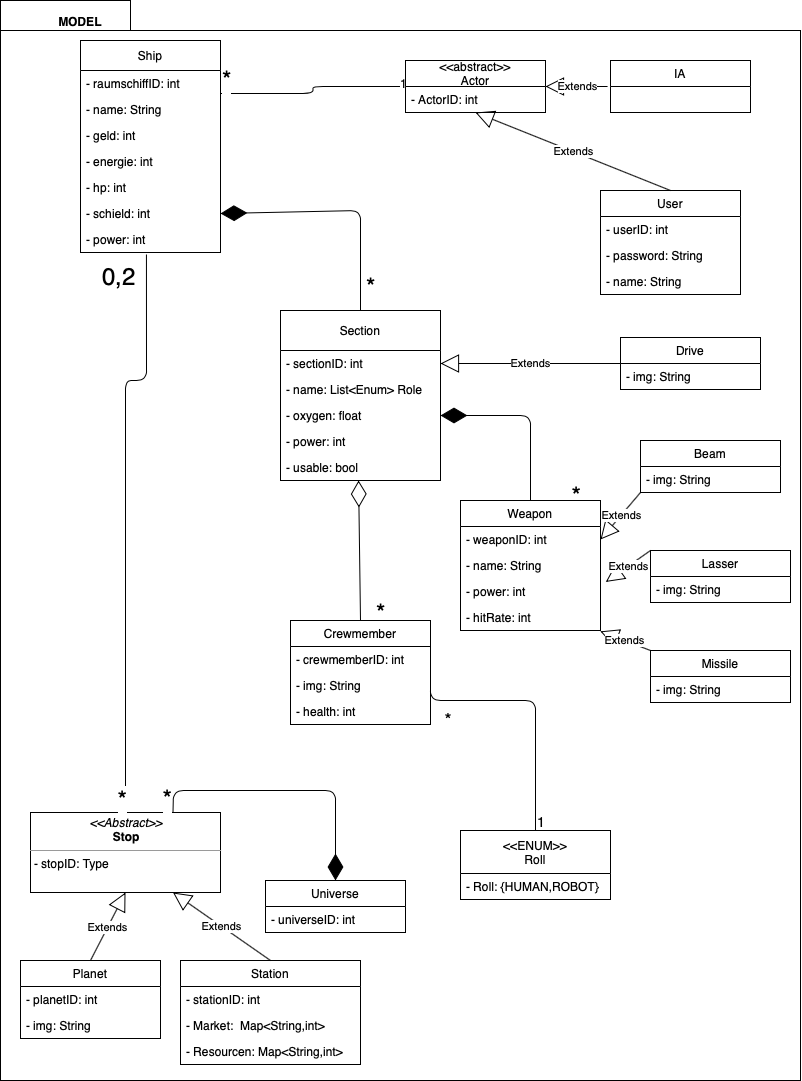
ksreyr/SpaceStudio keeps this draw.io diagram as docs/Modulsicht_Quellcode/Model.png. Above is the earlier version. Source tidied: cells renumbered, new cells last; positions are measured from the earlier drawing's top-left corner, leaving out a move shared by most shapes.
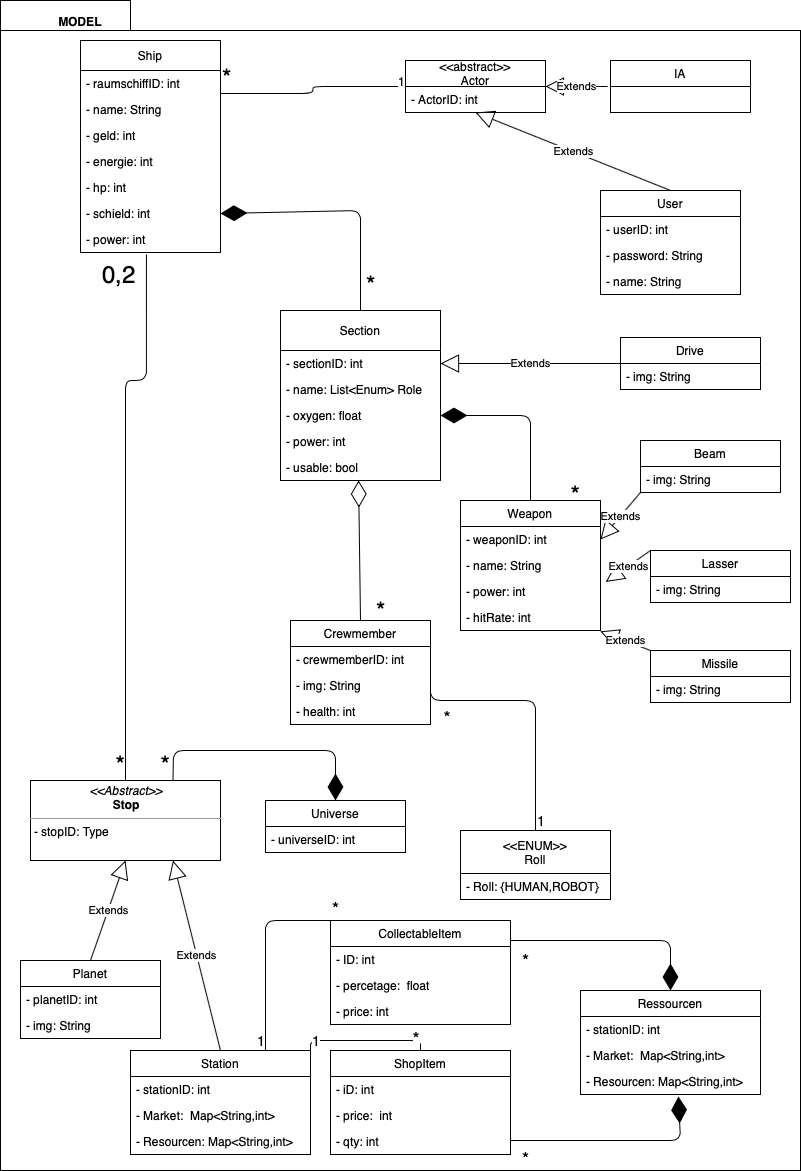
Above is the later version.

What changed in the source:
```diff
@@ -3,7 +3,7 @@
     <mxCell id="0" />
     <mxCell id="1" parent="0" />
     <mxCell id="2" style="shape=folder;fontStyle=1;spacingTop=10;tabWidth=130;tabHeight=30;tabPosition=left;html=1;" parent="1" vertex="1">
-      <mxGeometry width="800" height="1080" as="geometry" />
+      <mxGeometry width="800" height="1170" as="geometry" />
     </mxCell>
     <mxCell id="3" value="Extends" style="endArrow=block;endSize=16;endFill=0;html=1;entryX=0.5;entryY=1;entryDx=0;entryDy=0;exitX=0.5;exitY=0;exitDx=0;exitDy=0;" parent="1" edge="1" source="19" target="16">
       <mxGeometry relative="1" as="geometry" />
@@ -70,7 +70,7 @@
       <mxGeometry y="78" width="140" height="26" as="geometry" />
     </mxCell>
     <mxCell id="23" value="&lt;p style=&quot;margin: 0px ; margin-top: 4px ; text-align: center&quot;&gt;&lt;i&gt;&amp;lt;&amp;lt;Abstract&amp;gt;&amp;gt;&lt;/i&gt;&lt;br&gt;&lt;b&gt;Stop&lt;/b&gt;&lt;/p&gt;&lt;hr size=&quot;1&quot;&gt;&lt;p style=&quot;margin: 0px ; margin-left: 4px&quot;&gt;- stopID: Type&lt;br&gt;&lt;/p&gt;&lt;p style=&quot;margin: 0px ; margin-left: 4px&quot;&gt;&lt;br&gt;&lt;/p&gt;" style="verticalAlign=top;align=left;overflow=fill;fontSize=12;fontFamily=Helvetica;html=1;" parent="1" vertex="1">
-      <mxGeometry x="30" y="812" width="190" height="80" as="geometry" />
+      <mxGeometry x="30" y="780" width="190" height="80" as="geometry" />
     </mxCell>
     <mxCell id="24" value="Extends" style="endArrow=block;endSize=16;endFill=0;html=1;exitX=0.5;exitY=0;exitDx=0;exitDy=0;entryX=0.5;entryY=1;entryDx=0;entryDy=0;" parent="1" edge="1" source="31" target="23">
       <mxGeometry relative="1" as="geometry" />
@@ -145,26 +145,15 @@
     <mxCell id="41" style="endArrow=diamondThin;endFill=1;endSize=24;html=1;exitX=0.75;exitY=0;exitDx=0;exitDy=0;entryX=0.5;entryY=0;entryDx=0;entryDy=0;" parent="1" edge="1" source="23" target="51">
       <mxGeometry relative="1" as="geometry">
         <Array as="points">
-          <mxPoint x="173" y="790" />
-          <mxPoint x="335" y="790" />
+          <mxPoint x="173" y="750" />
+          <mxPoint x="250" y="750" />
+          <mxPoint x="335" y="750" />
         </Array>
       </mxGeometry>
     </mxCell>
-    <mxCell id="42" value="&lt;font style=&quot;font-size: 24px&quot;&gt;*&lt;/font&gt;" style="html=1;align=right;verticalAlign=bottom;labelBackgroundColor=#ffffff;fontSize=10;" parent="1" vertex="1">
-      <mxGeometry x="170" y="812" as="geometry" />
+    <mxCell id="42" value="&lt;font style=&quot;font-size: 24px&quot;&gt;*&lt;/font&gt;" style="html=1;align=right;verticalAlign=bottom;labelBackgroundColor=#ffffff;fontSize=10;direction=south;" parent="1" vertex="1">
+      <mxGeometry x="170" y="780" as="geometry" />
     </mxCell>
-    <mxCell id="43" value="Station" style="swimlane;fontStyle=0;horizontal=1;startSize=26;fillColor=none;" parent="1" vertex="1">
-      <mxGeometry x="180" y="960" width="180" height="104" as="geometry" />
-    </mxCell>
-    <mxCell id="44" value="- stationID: int" style="text;strokeColor=none;fillColor=none;align=left;verticalAlign=top;spacingLeft=4;spacingRight=4;overflow=hidden;" parent="43" vertex="1">
-      <mxGeometry y="26" width="180" height="26" as="geometry" />
-    </mxCell>
-    <mxCell id="45" value="- Market:  Map&lt;String,int&gt;" style="text;strokeColor=none;fillColor=none;align=left;verticalAlign=top;spacingLeft=4;spacingRight=4;overflow=hidden;" parent="43" vertex="1">
-      <mxGeometry y="52" width="180" height="26" as="geometry" />
-    </mxCell>
-    <mxCell id="46" value="- Resourcen: Map&lt;String,int&gt; " style="text;strokeColor=none;fillColor=none;align=left;verticalAlign=top;spacingLeft=4;spacingRight=4;overflow=hidden;" parent="43" vertex="1">
-      <mxGeometry y="78" width="180" height="26" as="geometry" />
-    </mxCell>
     <mxCell id="47" style="endArrow=none;html=1;edgeStyle=orthogonalEdgeStyle;entryX=1;entryY=0;entryDx=0;entryDy=0;exitX=0.5;exitY=0;exitDx=0;exitDy=0;" parent="1" edge="1" source="64" target="60">
       <mxGeometry relative="1" as="geometry">
         <Array as="points">
@@ -184,12 +173,6 @@
     <mxCell id="50" value="&lt;b&gt;MODEL&lt;/b&gt;" style="text;html=1;strokeColor=none;fillColor=none;align=center;verticalAlign=middle;whiteSpace=wrap;rounded=0;" parent="1" vertex="1">
       <mxGeometry x="60" y="11" width="40" height="20" as="geometry" />
     </mxCell>
-    <mxCell id="51" value="Universe" style="swimlane;fontStyle=0;horizontal=1;startSize=26;fillColor=none;" parent="1" vertex="1">
-      <mxGeometry x="265" y="880" width="140" height="52" as="geometry" />
-    </mxCell>
-    <mxCell id="52" value="- universeID: int" style="text;strokeColor=none;fillColor=none;align=left;verticalAlign=top;spacingLeft=4;spacingRight=4;overflow=hidden;" parent="51" vertex="1">
-      <mxGeometry y="26" width="140" height="26" as="geometry" />
-    </mxCell>
     <mxCell id="53" style="endArrow=diamondThin;endFill=0;endSize=24;html=1;exitX=0.5;exitY=0;exitDx=0;exitDy=0;entryX=0.488;entryY=1;entryDx=0;entryDy=0;entryPerimeter=0;" parent="1" edge="1" source="60" target="59">
       <mxGeometry relative="1" as="geometry" />
     </mxCell>
@@ -268,5 +251,101 @@
     <mxCell id="78" value="- img: String" style="text;strokeColor=none;fillColor=none;align=left;verticalAlign=top;spacingLeft=4;spacingRight=4;overflow=hidden;" parent="77" vertex="1">
       <mxGeometry y="26" width="140" height="26" as="geometry" />
     </mxCell>
+    <mxCell id="51" value="Universe" style="swimlane;fontStyle=0;horizontal=1;startSize=26;fillColor=none;" parent="1" vertex="1">
+      <mxGeometry x="265" y="800" width="140" height="52" as="geometry" />
+    </mxCell>
+    <mxCell id="52" value="- universeID: int" style="text;strokeColor=none;fillColor=none;align=left;verticalAlign=top;spacingLeft=4;spacingRight=4;overflow=hidden;" parent="51" vertex="1">
+      <mxGeometry y="26" width="140" height="26" as="geometry" />
+    </mxCell>
+    <mxCell id="43" value="Station" style="swimlane;fontStyle=0;horizontal=1;startSize=26;fillColor=none;" parent="1" vertex="1">
+      <mxGeometry x="130" y="1050" width="180" height="104" as="geometry" />
+    </mxCell>
+    <mxCell id="44" value="- stationID: int" style="text;strokeColor=none;fillColor=none;align=left;verticalAlign=top;spacingLeft=4;spacingRight=4;overflow=hidden;" parent="43" vertex="1">
+      <mxGeometry y="26" width="180" height="26" as="geometry" />
+    </mxCell>
+    <mxCell id="45" value="- Market:  Map&lt;String,int&gt;" style="text;strokeColor=none;fillColor=none;align=left;verticalAlign=top;spacingLeft=4;spacingRight=4;overflow=hidden;" parent="43" vertex="1">
+      <mxGeometry y="52" width="180" height="26" as="geometry" />
+    </mxCell>
+    <mxCell id="46" value="- Resourcen: Map&lt;String,int&gt; " style="text;strokeColor=none;fillColor=none;align=left;verticalAlign=top;spacingLeft=4;spacingRight=4;overflow=hidden;" parent="43" vertex="1">
+      <mxGeometry y="78" width="180" height="26" as="geometry" />
+    </mxCell>
+    <mxCell id="79" value="CollectableItem" style="swimlane;fontStyle=0;horizontal=1;startSize=26;fillColor=none;" parent="1" vertex="1">
+      <mxGeometry x="330" y="920" width="180" height="104" as="geometry" />
+    </mxCell>
+    <mxCell id="80" value="- ID: int" style="text;strokeColor=none;fillColor=none;align=left;verticalAlign=top;spacingLeft=4;spacingRight=4;overflow=hidden;" parent="79" vertex="1">
+      <mxGeometry y="26" width="180" height="26" as="geometry" />
+    </mxCell>
+    <mxCell id="81" value="- percetage:  float" style="text;strokeColor=none;fillColor=none;align=left;verticalAlign=top;spacingLeft=4;spacingRight=4;overflow=hidden;" parent="79" vertex="1">
+      <mxGeometry y="52" width="180" height="26" as="geometry" />
+    </mxCell>
+    <mxCell id="82" value="- price: int" style="text;strokeColor=none;fillColor=none;align=left;verticalAlign=top;spacingLeft=4;spacingRight=4;overflow=hidden;" parent="79" vertex="1">
+      <mxGeometry y="78" width="180" height="26" as="geometry" />
+    </mxCell>
+    <mxCell id="83" value="ShopItem" style="swimlane;fontStyle=0;horizontal=1;startSize=26;fillColor=none;" parent="1" vertex="1">
+      <mxGeometry x="330" y="1050" width="180" height="104" as="geometry" />
+    </mxCell>
+    <mxCell id="84" value="- iD: int" style="text;strokeColor=none;fillColor=none;align=left;verticalAlign=top;spacingLeft=4;spacingRight=4;overflow=hidden;" parent="83" vertex="1">
+      <mxGeometry y="26" width="180" height="26" as="geometry" />
+    </mxCell>
+    <mxCell id="85" value="- price:  int" style="text;strokeColor=none;fillColor=none;align=left;verticalAlign=top;spacingLeft=4;spacingRight=4;overflow=hidden;" parent="83" vertex="1">
+      <mxGeometry y="52" width="180" height="26" as="geometry" />
+    </mxCell>
+    <mxCell id="86" value="- qty: int " style="text;strokeColor=none;fillColor=none;align=left;verticalAlign=top;spacingLeft=4;spacingRight=4;overflow=hidden;" parent="83" vertex="1">
+      <mxGeometry y="78" width="180" height="26" as="geometry" />
+    </mxCell>
+    <mxCell id="87" value="Ressourcen" style="swimlane;fontStyle=0;horizontal=1;startSize=26;fillColor=none;" parent="1" vertex="1">
+      <mxGeometry x="580" y="990" width="180" height="104" as="geometry" />
+    </mxCell>
+    <mxCell id="88" value="- stationID: int" style="text;strokeColor=none;fillColor=none;align=left;verticalAlign=top;spacingLeft=4;spacingRight=4;overflow=hidden;" parent="87" vertex="1">
+      <mxGeometry y="26" width="180" height="26" as="geometry" />
+    </mxCell>
+    <mxCell id="89" value="- Market:  Map&lt;String,int&gt;" style="text;strokeColor=none;fillColor=none;align=left;verticalAlign=top;spacingLeft=4;spacingRight=4;overflow=hidden;" parent="87" vertex="1">
+      <mxGeometry y="52" width="180" height="26" as="geometry" />
+    </mxCell>
+    <mxCell id="90" value="- Resourcen: Map&lt;String,int&gt; " style="text;strokeColor=none;fillColor=none;align=left;verticalAlign=top;spacingLeft=4;spacingRight=4;overflow=hidden;points=[[0,0.5],[1,0.5]];portConstraint=eastwest;" parent="87" vertex="1">
+      <mxGeometry y="78" width="180" height="26" as="geometry" />
+    </mxCell>
+    <mxCell id="91" style="endArrow=none;html=1;edgeStyle=orthogonalEdgeStyle;entryX=0.75;entryY=0;entryDx=0;entryDy=0;" parent="1" edge="1" target="43">
+      <mxGeometry relative="1" as="geometry">
+        <mxPoint x="330" y="920" as="sourcePoint" />
+      </mxGeometry>
+    </mxCell>
+    <mxCell id="92" value="&lt;font style=&quot;font-size: 18px&quot;&gt;*&lt;/font&gt;" style="html=1;align=left;verticalAlign=bottom;labelBackgroundColor=#ffffff;fontSize=10;" parent="91" vertex="1">
+      <mxGeometry x="-1" relative="1" as="geometry" />
+    </mxCell>
+    <mxCell id="93" value="&lt;font style=&quot;font-size: 14px&quot;&gt;1&lt;/font&gt;" style="html=1;align=right;verticalAlign=bottom;labelBackgroundColor=#ffffff;fontSize=10;" parent="91" vertex="1">
+      <mxGeometry x="1" relative="1" as="geometry" />
+    </mxCell>
+    <mxCell id="94" style="endArrow=none;html=1;edgeStyle=orthogonalEdgeStyle;exitX=1;exitY=0;exitDx=0;exitDy=0;entryX=0.5;entryY=0;entryDx=0;entryDy=0;" parent="1" edge="1" source="43" target="83">
+      <mxGeometry relative="1" as="geometry" />
+    </mxCell>
+    <mxCell id="95" value="&lt;font style=&quot;font-size: 14px&quot;&gt;1&lt;/font&gt;" style="html=1;align=left;verticalAlign=bottom;labelBackgroundColor=#ffffff;fontSize=10;" parent="94" vertex="1">
+      <mxGeometry x="-1" relative="1" as="geometry" />
+    </mxCell>
+    <mxCell id="96" value="&lt;font style=&quot;font-size: 18px&quot;&gt;*&lt;/font&gt;" style="html=1;align=right;verticalAlign=bottom;labelBackgroundColor=#ffffff;fontSize=10;" parent="94" vertex="1">
+      <mxGeometry x="1" relative="1" as="geometry" />
+    </mxCell>
+    <mxCell id="97" style="endArrow=diamondThin;endFill=1;endSize=24;html=1;entryX=0.5;entryY=0;entryDx=0;entryDy=0;" parent="1" edge="1" target="87">
+      <mxGeometry relative="1" as="geometry">
+        <mxPoint x="510" y="940" as="sourcePoint" />
+        <Array as="points">
+          <mxPoint x="670" y="940" />
+        </Array>
+      </mxGeometry>
+    </mxCell>
+    <mxCell id="98" style="endArrow=diamondThin;endFill=1;endSize=24;html=1;entryX=0.544;entryY=1.077;entryDx=0;entryDy=0;entryPerimeter=0;" parent="1" edge="1" target="90">
+      <mxGeometry relative="1" as="geometry">
+        <mxPoint x="510" y="1140" as="sourcePoint" />
+        <Array as="points">
+          <mxPoint x="680" y="1140" />
+        </Array>
+      </mxGeometry>
+    </mxCell>
+    <mxCell id="99" value="&lt;font style=&quot;font-size: 18px&quot;&gt;*&lt;/font&gt;" style="html=1;align=left;verticalAlign=bottom;labelBackgroundColor=#ffffff;fontSize=10;" parent="1" vertex="1">
+      <mxGeometry x="520" y="972" as="geometry" />
+    </mxCell>
+    <mxCell id="100" value="&lt;font style=&quot;font-size: 18px&quot;&gt;*&lt;/font&gt;" style="html=1;align=left;verticalAlign=bottom;labelBackgroundColor=#ffffff;fontSize=10;" parent="1" vertex="1">
+      <mxGeometry x="520" y="1170" as="geometry" />
+    </mxCell>
   </root>
 </mxGraphModel>
```
